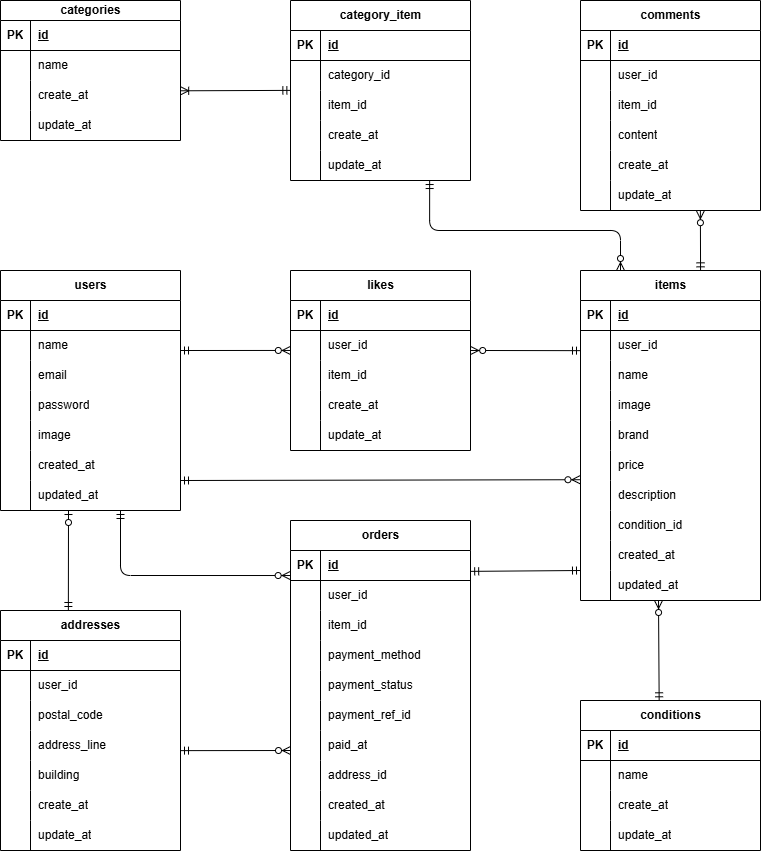
miro-emu/test-free-market keeps this draw.io diagram as test-free-market.drawio.png. Above is the earlier version. Source tidied: cells renumbered, new cells last; positions are measured from the earlier drawing's top-left corner, leaving out a move shared by most shapes.
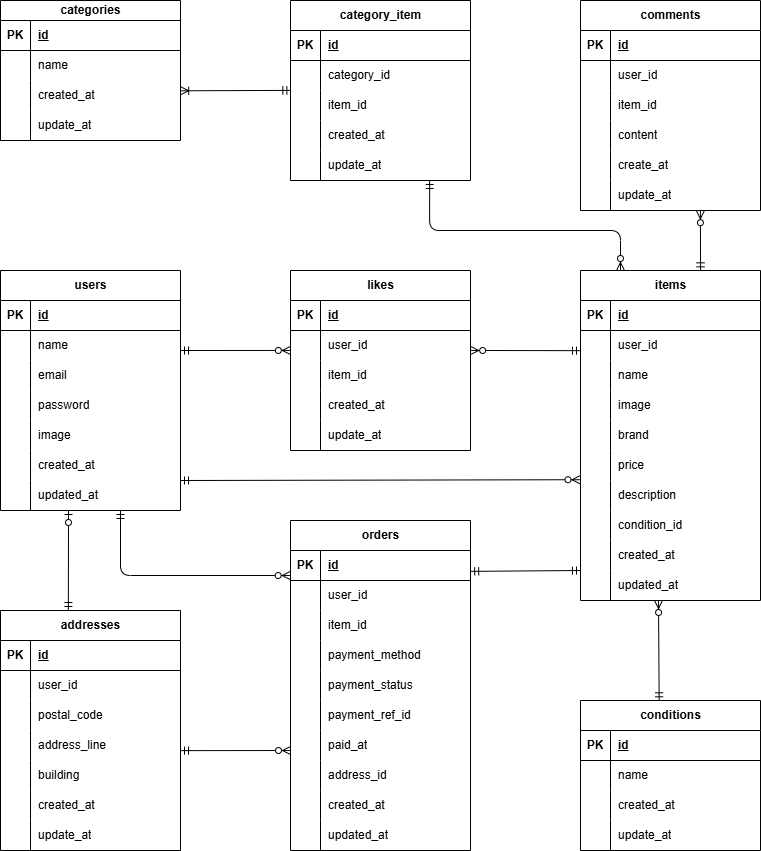
The same diagram one commit later.

Change to the diagram source:
```diff
@@ -188,7 +188,7 @@
     <mxCell id="63" style="shape=partialRectangle;fillColor=none;top=0;left=0;bottom=0;right=0;overflow=hidden;whiteSpace=wrap;html=1;" parent="62" vertex="1">
       <mxGeometry width="30" height="30" as="geometry" />
     </mxCell>
-    <mxCell id="64" value="create_at" style="shape=partialRectangle;fillColor=none;top=0;left=0;bottom=0;right=0;align=left;spacingLeft=6;overflow=hidden;whiteSpace=wrap;html=1;" parent="62" vertex="1">
+    <mxCell id="64" value="created_at" style="shape=partialRectangle;fillColor=none;top=0;left=0;bottom=0;right=0;align=left;spacingLeft=6;overflow=hidden;whiteSpace=wrap;html=1;" parent="62" vertex="1">
       <mxGeometry x="30" width="150" height="30" as="geometry" />
     </mxCell>
     <mxCell id="65" style="shape=tableRow;horizontal=0;startSize=0;swimlaneHead=0;swimlaneBody=0;fillColor=none;top=0;left=0;right=0;bottom=0;" parent="55" vertex="1">
@@ -227,7 +227,7 @@
     <mxCell id="76" style="shape=partialRectangle;fillColor=none;top=0;left=0;bottom=0;right=0;overflow=hidden;whiteSpace=wrap;html=1;" parent="75" vertex="1">
       <mxGeometry width="30" height="30" as="geometry" />
     </mxCell>
-    <mxCell id="77" value="create_at" style="shape=partialRectangle;fillColor=none;top=0;left=0;bottom=0;right=0;align=left;spacingLeft=6;overflow=hidden;whiteSpace=wrap;html=1;" parent="75" vertex="1">
+    <mxCell id="77" value="created_at" style="shape=partialRectangle;fillColor=none;top=0;left=0;bottom=0;right=0;align=left;spacingLeft=6;overflow=hidden;whiteSpace=wrap;html=1;" parent="75" vertex="1">
       <mxGeometry x="30" width="150" height="30" as="geometry" />
     </mxCell>
     <mxCell id="78" style="shape=tableRow;horizontal=0;startSize=0;swimlaneHead=0;swimlaneBody=0;fillColor=none;top=0;left=0;right=0;bottom=0;" parent="68" vertex="1">
@@ -428,7 +428,7 @@
     <mxCell id="143" style="shape=partialRectangle;fillColor=none;top=0;left=0;bottom=0;right=0;overflow=hidden;whiteSpace=wrap;html=1;" parent="142" vertex="1">
       <mxGeometry width="30" height="30" as="geometry" />
     </mxCell>
-    <mxCell id="144" value="create_at" style="shape=partialRectangle;fillColor=none;top=0;left=0;bottom=0;right=0;align=left;spacingLeft=6;overflow=hidden;whiteSpace=wrap;html=1;" parent="142" vertex="1">
+    <mxCell id="144" value="created_at" style="shape=partialRectangle;fillColor=none;top=0;left=0;bottom=0;right=0;align=left;spacingLeft=6;overflow=hidden;whiteSpace=wrap;html=1;" parent="142" vertex="1">
       <mxGeometry x="30" width="150" height="30" as="geometry" />
     </mxCell>
     <mxCell id="145" style="shape=tableRow;horizontal=0;startSize=0;swimlaneHead=0;swimlaneBody=0;fillColor=none;top=0;left=0;right=0;bottom=0;" parent="132" vertex="1">
@@ -494,7 +494,7 @@
     <mxCell id="165" style="shape=partialRectangle;fillColor=none;top=0;left=0;bottom=0;right=0;overflow=hidden;whiteSpace=wrap;html=1;" parent="164" vertex="1">
       <mxGeometry width="30" height="30" as="geometry" />
     </mxCell>
-    <mxCell id="166" value="create_at" style="shape=partialRectangle;fillColor=none;top=0;left=0;bottom=0;right=0;align=left;spacingLeft=6;overflow=hidden;whiteSpace=wrap;html=1;" parent="164" vertex="1">
+    <mxCell id="166" value="created_at" style="shape=partialRectangle;fillColor=none;top=0;left=0;bottom=0;right=0;align=left;spacingLeft=6;overflow=hidden;whiteSpace=wrap;html=1;" parent="164" vertex="1">
       <mxGeometry x="30" width="150" height="30" as="geometry" />
     </mxCell>
     <mxCell id="167" style="shape=tableRow;horizontal=0;startSize=0;swimlaneHead=0;swimlaneBody=0;fillColor=none;top=0;left=0;right=0;bottom=0;" parent="148" vertex="1">
@@ -542,7 +542,7 @@
     <mxCell id="181" style="shape=partialRectangle;fillColor=none;top=0;left=0;bottom=0;right=0;overflow=hidden;whiteSpace=wrap;html=1;" parent="180" vertex="1">
       <mxGeometry width="30" height="30" as="geometry" />
     </mxCell>
-    <mxCell id="182" value="create_at" style="shape=partialRectangle;fillColor=none;top=0;left=0;bottom=0;right=0;align=left;spacingLeft=6;overflow=hidden;whiteSpace=wrap;html=1;" parent="180" vertex="1">
+    <mxCell id="182" value="created_at" style="shape=partialRectangle;fillColor=none;top=0;left=0;bottom=0;right=0;align=left;spacingLeft=6;overflow=hidden;whiteSpace=wrap;html=1;" parent="180" vertex="1">
       <mxGeometry x="30" width="150" height="30" as="geometry" />
     </mxCell>
     <mxCell id="183" style="shape=tableRow;horizontal=0;startSize=0;swimlaneHead=0;swimlaneBody=0;fillColor=none;points=[[0,0.5],[1,0.5]];portConstraint=eastwest;top=0;left=0;right=0;bottom=0;" parent="170" vertex="1">
```
